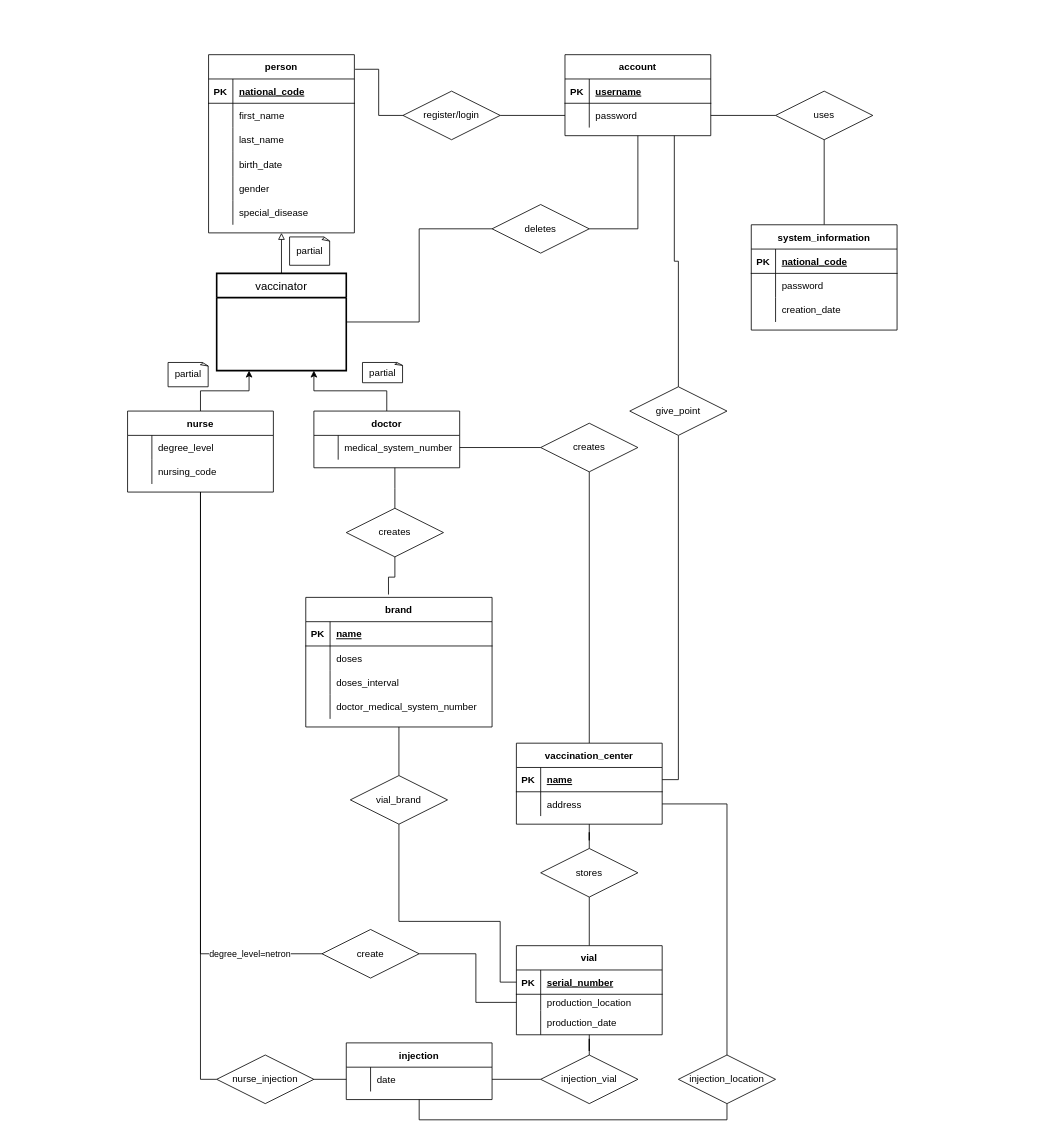
Above: project.drawio in ali-moradzade/db-vaccination-center (draw.io), before the change. Source tidied: cells renumbered, new cells numbered last; positions are measured from the earlier drawing's top-left corner, leaving out a move shared by most shapes. Both pictures are drawn from the tidied source at 81%, with x=0, y=0 at pixel (127, 54).
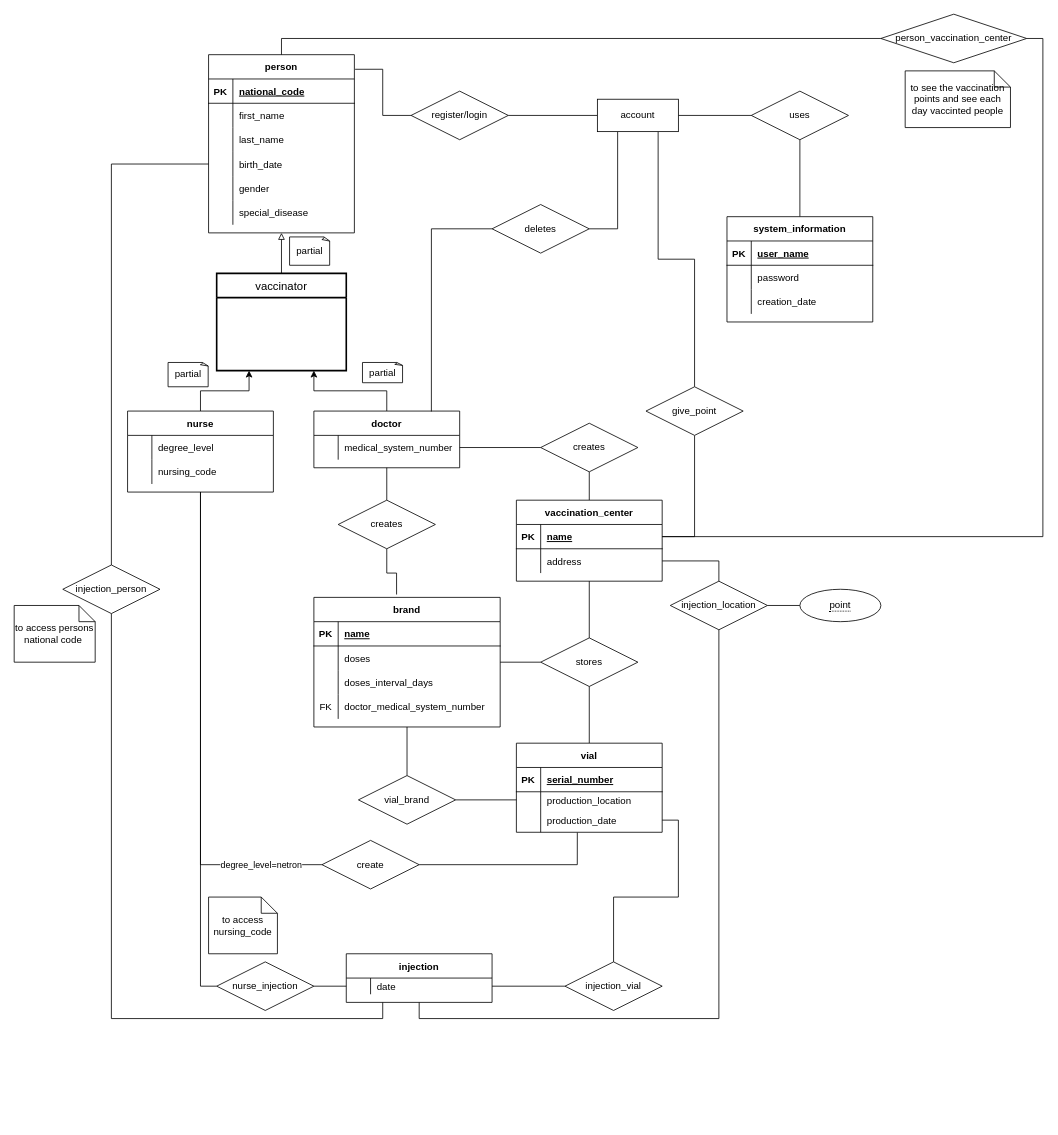
The same diagram, later.

Commit message:
adding more details to diagrams and more relations

The change refers to these unchanged cells:
```xml
<mxCell id="2" value="person" style="shape=table;startSize=30;childLayout=tableLayout;rowLines=0;fontStyle=1;align=center;" parent="1" vertex="1">
  <mxGeometry x="100" width="180" height="220" as="geometry" />
</mxCell>
<mxCell id="12" style="shape=partialRectangle;fillColor=none;top=0;left=0;bottom=0;right=0;points=[[0,0.5],[1,0.5]];portConstraint=eastwest;" parent="2" vertex="1">
  <mxGeometry y="120" width="180" height="30" as="geometry" />
</mxCell>
<mxCell id="23" value="vaccinator" style="swimlane;horizontal=1;startSize=30;rounded=0;fontSize=14;fontStyle=0;strokeWidth=2;shadow=0;dashed=0;align=center;" parent="1" vertex="1">
  <mxGeometry x="110" y="270" width="160" height="120" as="geometry" />
</mxCell>
<mxCell id="34" value="doctor" style="shape=table;startSize=30;childLayout=tableLayout;rowLines=0;fontStyle=1;align=center;" parent="1" vertex="1">
  <mxGeometry x="230" y="440" width="180" height="70" as="geometry" />
</mxCell>
<mxCell id="50" style="shape=tableRow;horizontal=0;startSize=0;swimlaneHead=0;swimlaneBody=0;fillColor=none;top=0;left=0;right=0;bottom=0;" parent="43" vertex="1">
  <mxGeometry y="90" width="230" height="30" as="geometry" />
</mxCell>
<mxCell id="53" style="shape=tableRow;horizontal=0;startSize=0;swimlaneHead=0;swimlaneBody=0;fillColor=none;top=0;left=0;right=0;bottom=0;" parent="43" vertex="1">
  <mxGeometry y="120" width="230" height="30" as="geometry" />
</mxCell>
<mxCell id="62" style="shape=tableRow;horizontal=0;startSize=0;swimlaneHead=0;swimlaneBody=0;fillColor=none;points=[[0,0.5],[1,0.5]];portConstraint=eastwest;top=0;left=0;right=0;bottom=1;" parent="61" vertex="1">
  <mxGeometry y="30" width="180" height="30" as="geometry" />
</mxCell>
<mxCell id="72" style="shape=tableRow;horizontal=0;startSize=0;swimlaneHead=0;swimlaneBody=0;fillColor=none;top=0;left=0;right=0;bottom=1;" parent="71" vertex="1">
  <mxGeometry y="30" width="180" height="30" as="geometry" />
</mxCell>
<mxCell id="90" value="deletes" style="shape=rhombus;perimeter=rhombusPerimeter;whiteSpace=wrap;html=1;align=center;" parent="1" vertex="1">
  <mxGeometry x="450" y="185" width="120" height="60" as="geometry" />
</mxCell>
<mxCell id="96" style="shape=partialRectangle;fillColor=none;top=0;left=0;bottom=1;right=0;points=[[0,0.5],[1,0.5]];portConstraint=eastwest;" parent="95" vertex="1">
  <mxGeometry y="30" width="180" height="30" as="geometry" />
</mxCell>
<mxCell id="99" style="shape=partialRectangle;fillColor=none;top=0;left=0;bottom=0;right=0;points=[[0,0.5],[1,0.5]];portConstraint=eastwest;" parent="95" vertex="1">
  <mxGeometry y="60" width="180" height="20" as="geometry" />
</mxCell>
<mxCell id="102" style="shape=partialRectangle;fillColor=none;top=0;left=0;bottom=0;right=0;points=[[0,0.5],[1,0.5]];portConstraint=eastwest;" parent="95" vertex="1">
  <mxGeometry y="80" width="180" height="30" as="geometry" />
</mxCell>
```

Change to the diagram source:
```diff
@@
-    <mxCell id="22" style="edgeStyle=orthogonalEdgeStyle;rounded=0;jettySize=auto;html=1;entryX=0;entryY=0.5;entryDx=0;entryDy=0;endArrow=none;endFill=0;" parent="1" edge="1" source="23" target="90">
-      <mxGeometry relative="1" as="geometry" />
-    </mxCell>
@@
+    <mxCell id="127" style="edgeStyle=orthogonalEdgeStyle;rounded=0;jettySize=auto;html=1;exitX=1;exitY=0.5;exitDx=0;exitDy=0;entryX=0;entryY=0.5;entryDx=0;entryDy=0;endArrow=none;endFill=0;" parent="1" edge="1" source="42" target="82">
+      <mxGeometry relative="1" as="geometry" />
+    </mxCell>
     <mxCell id="42" value="register/login" style="shape=rhombus;perimeter=rhombusPerimeter;whiteSpace=wrap;html=1;align=center;" parent="1" vertex="1">
-      <mxGeometry x="340" y="45" width="120" height="60" as="geometry" />
+      <mxGeometry x="350" y="45" width="120" height="60" as="geometry" />
     </mxCell>
+    <mxCell id="128" style="edgeStyle=orthogonalEdgeStyle;rounded=0;jettySize=auto;html=1;endArrow=none;endFill=0;" parent="1" edge="1" source="43" target="91">
+      <mxGeometry relative="1" as="geometry" />
+    </mxCell>
     <mxCell id="43" value="brand" style="shape=table;startSize=30;childLayout=tableLayout;rowLines=0;fontStyle=1;align=center;" parent="1" vertex="1">
-      <mxGeometry x="220" y="670" width="230" height="160" as="geometry" />
+      <mxGeometry x="230" y="670" width="230" height="160" as="geometry" />
     </mxCell>
@@
-    <mxCell id="52" value="doses_interval" style="shape=partialRectangle;fillColor=none;top=0;left=0;bottom=0;right=0;align=left;spacingLeft=6;overflow=hidden;" parent="50" vertex="1">
+    <mxCell id="52" value="doses_interval_days" style="shape=partialRectangle;fillColor=none;top=0;left=0;bottom=0;right=0;align=left;spacingLeft=6;overflow=hidden;" parent="50" vertex="1">
       <mxGeometry x="30" width="200" height="30" as="geometry" />
     </mxCell>
@@
-    <mxCell id="54" style="shape=partialRectangle;fillColor=none;top=0;left=0;bottom=0;right=0;overflow=hidden;" parent="53" vertex="1">
+    <mxCell id="54" value="FK" style="shape=partialRectangle;fillColor=none;top=0;left=0;bottom=0;right=0;overflow=hidden;" parent="53" vertex="1">
       <mxGeometry width="30" height="30" as="geometry" />
     </mxCell>
@@
-    <mxCell id="57" style="edgeStyle=orthogonalEdgeStyle;rounded=0;jettySize=auto;html=1;exitX=0.5;exitY=0;exitDx=0;exitDy=0;endArrow=none;endFill=0;" parent="1" edge="1" source="58">
-      <mxGeometry relative="1" as="geometry">
-        <mxPoint x="330" y="510" as="targetPoint" />
-      </mxGeometry>
-    </mxCell>
+    <mxCell id="129" style="edgeStyle=orthogonalEdgeStyle;rounded=0;jettySize=auto;html=1;exitX=0.5;exitY=0;exitDx=0;exitDy=0;entryX=0.5;entryY=1;entryDx=0;entryDy=0;endArrow=none;endFill=0;" parent="1" edge="1" source="58" target="34">
+      <mxGeometry relative="1" as="geometry" />
+    </mxCell>
     <mxCell id="58" value="creates" style="shape=rhombus;perimeter=rhombusPerimeter;whiteSpace=wrap;html=1;align=center;" parent="1" vertex="1">
-      <mxGeometry x="270" y="560" width="120" height="60" as="geometry" />
+      <mxGeometry x="260" y="550" width="120" height="60" as="geometry" />
     </mxCell>
@@
     <mxCell id="61" value="vaccination_center" style="shape=table;startSize=30;childLayout=tableLayout;rowLines=0;fontStyle=1;align=center;" parent="1" vertex="1">
-      <mxGeometry x="480" y="850" width="180" height="100" as="geometry" />
+      <mxGeometry x="480" y="550" width="180" height="100" as="geometry" />
     </mxCell>
@@
     <mxCell id="71" value="system_information" style="shape=table;startSize=30;childLayout=tableLayout;rowLines=0;fontStyle=1;align=center;" parent="1" vertex="1">
-      <mxGeometry x="770" y="210" width="180" height="130" as="geometry" />
+      <mxGeometry x="740" y="200" width="180" height="130" as="geometry" />
     </mxCell>
@@
-    <mxCell id="74" value="national_code" style="shape=partialRectangle;fillColor=none;top=0;left=0;bottom=0;right=0;align=left;spacingLeft=6;fontStyle=5;overflow=hidden;" parent="72" vertex="1">
+    <mxCell id="74" value="user_name" style="shape=partialRectangle;fillColor=none;top=0;left=0;bottom=0;right=0;align=left;spacingLeft=6;fontStyle=5;overflow=hidden;" parent="72" vertex="1">
       <mxGeometry x="30" width="150" height="30" as="geometry" />
     </mxCell>
@@
-    <mxCell id="81" style="edgeStyle=orthogonalEdgeStyle;rounded=0;jettySize=auto;html=1;exitX=0.5;exitY=1;exitDx=0;exitDy=0;entryX=1;entryY=0.5;entryDx=0;entryDy=0;endArrow=none;endFill=0;" parent="1" edge="1" source="82" target="90">
-      <mxGeometry relative="1" as="geometry" />
-    </mxCell>
-    <mxCell id="82" value="account" style="shape=table;startSize=30;childLayout=tableLayout;rowLines=0;fontStyle=1;align=center;" parent="1" vertex="1">
-      <mxGeometry x="540" width="180" height="100" as="geometry" />
-    </mxCell>
-    <mxCell id="83" style="shape=tableRow;horizontal=0;startSize=0;swimlaneHead=0;swimlaneBody=0;fillColor=none;top=0;left=0;right=0;bottom=1;" parent="82" vertex="1">
-      <mxGeometry y="30" width="180" height="30" as="geometry" />
-    </mxCell>
-    <mxCell id="84" value="PK" style="shape=partialRectangle;fillColor=none;top=0;left=0;bottom=0;right=0;fontStyle=1;overflow=hidden;" parent="83" vertex="1">
-      <mxGeometry width="30" height="30" as="geometry" />
-    </mxCell>
-    <mxCell id="85" value="username" style="shape=partialRectangle;fillColor=none;top=0;left=0;bottom=0;right=0;align=left;spacingLeft=6;fontStyle=5;overflow=hidden;" parent="83" vertex="1">
-      <mxGeometry x="30" width="150" height="30" as="geometry" />
-    </mxCell>
-    <mxCell id="86" style="shape=tableRow;horizontal=0;startSize=0;swimlaneHead=0;swimlaneBody=0;fillColor=none;points=[[0,0.5],[1,0.5]];portConstraint=eastwest;top=0;left=0;right=0;bottom=0;" parent="82" vertex="1">
-      <mxGeometry y="60" width="180" height="30" as="geometry" />
-    </mxCell>
-    <mxCell id="87" style="shape=partialRectangle;fillColor=none;top=0;left=0;bottom=0;right=0;overflow=hidden;" parent="86" vertex="1">
-      <mxGeometry width="30" height="30" as="geometry" />
-    </mxCell>
-    <mxCell id="88" value="password" style="shape=partialRectangle;fillColor=none;top=0;left=0;bottom=0;right=0;align=left;spacingLeft=6;overflow=hidden;" parent="86" vertex="1">
-      <mxGeometry x="30" width="150" height="30" as="geometry" />
-    </mxCell>
-    <mxCell id="89" style="edgeStyle=orthogonalEdgeStyle;rounded=0;jettySize=auto;html=1;exitX=0;exitY=0.5;exitDx=0;exitDy=0;entryX=1;entryY=0.5;entryDx=0;entryDy=0;endArrow=none;endFill=0;" parent="1" edge="1" source="86" target="42">
-      <mxGeometry relative="1" as="geometry" />
-    </mxCell>
+    <mxCell id="130" style="edgeStyle=orthogonalEdgeStyle;rounded=0;jettySize=auto;html=1;exitX=0;exitY=0.5;exitDx=0;exitDy=0;entryX=0.806;entryY=0.007;entryDx=0;entryDy=0;entryPerimeter=0;endArrow=none;endFill=0;" parent="1" edge="1" source="90" target="34">
+      <mxGeometry relative="1" as="geometry" />
+    </mxCell>
@@
     <mxCell id="91" value="stores" style="shape=rhombus;perimeter=rhombusPerimeter;whiteSpace=wrap;html=1;align=center;" parent="1" vertex="1">
-      <mxGeometry x="510" y="980" width="120" height="60" as="geometry" />
+      <mxGeometry x="510" y="720" width="120" height="60" as="geometry" />
     </mxCell>
     <mxCell id="92" value="uses" style="shape=rhombus;perimeter=rhombusPerimeter;whiteSpace=wrap;html=1;align=center;" parent="1" vertex="1">
-      <mxGeometry x="800" y="45" width="120" height="60" as="geometry" />
+      <mxGeometry x="770" y="45" width="120" height="60" as="geometry" />
     </mxCell>
-    <mxCell id="93" style="edgeStyle=orthogonalEdgeStyle;rounded=0;jettySize=auto;html=1;exitX=1;exitY=0.5;exitDx=0;exitDy=0;entryX=0;entryY=0.5;entryDx=0;entryDy=0;endArrow=none;endFill=0;" parent="1" edge="1" source="86" target="92">
+    <mxCell id="93" style="edgeStyle=orthogonalEdgeStyle;rounded=0;jettySize=auto;html=1;exitX=1;exitY=0.5;exitDx=0;exitDy=0;entryX=0;entryY=0.5;entryDx=0;entryDy=0;endArrow=none;endFill=0;" parent="1" edge="1" source="82" target="92">
       <mxGeometry relative="1" as="geometry" />
     </mxCell>
@@
     <mxCell id="95" value="vial" style="shape=table;startSize=30;childLayout=tableLayout;rowLines=0;fontStyle=1;align=center;" parent="1" vertex="1">
-      <mxGeometry x="480" y="1100" width="180" height="110" as="geometry" />
+      <mxGeometry x="480" y="850" width="180" height="110" as="geometry" />
     </mxCell>
@@
     <mxCell id="105" value="nurse_injection" style="shape=rhombus;perimeter=rhombusPerimeter;whiteSpace=wrap;html=1;align=center;" parent="1" vertex="1">
-      <mxGeometry x="110" y="1235" width="120" height="60" as="geometry" />
+      <mxGeometry x="110" y="1120" width="120" height="60" as="geometry" />
     </mxCell>
@@
+    <mxCell id="131" style="edgeStyle=orthogonalEdgeStyle;rounded=0;jettySize=auto;html=1;exitX=1;exitY=0.5;exitDx=0;exitDy=0;entryX=0.418;entryY=1.012;entryDx=0;entryDy=0;entryPerimeter=0;endArrow=none;endFill=0;" parent="1" edge="1" source="108" target="102">
+      <mxGeometry relative="1" as="geometry" />
+    </mxCell>
     <mxCell id="108" value="create" style="shape=rhombus;perimeter=rhombusPerimeter;whiteSpace=wrap;html=1;align=center;" parent="1" vertex="1">
-      <mxGeometry x="240" y="1080" width="120" height="60" as="geometry" />
+      <mxGeometry x="240" y="970" width="120" height="60" as="geometry" />
     </mxCell>
-    <mxCell id="109" style="edgeStyle=orthogonalEdgeStyle;rounded=0;jettySize=auto;html=1;exitX=0;exitY=0.5;exitDx=0;exitDy=0;entryX=1;entryY=0.5;entryDx=0;entryDy=0;endArrow=none;endFill=0;" parent="1" edge="1" source="99" target="108">
-      <mxGeometry relative="1" as="geometry">
-        <Array as="points">
-          <mxPoint x="430" y="1170" />
-          <mxPoint x="430" y="1110" />
-        </Array>
-      </mxGeometry>
-    </mxCell>
@@
+    <mxCell id="132" style="edgeStyle=orthogonalEdgeStyle;rounded=0;jettySize=auto;html=1;exitX=1;exitY=0.5;exitDx=0;exitDy=0;entryX=0;entryY=0.5;entryDx=0;entryDy=0;endArrow=none;endFill=0;" parent="1" edge="1" source="111" target="99">
+      <mxGeometry relative="1" as="geometry" />
+    </mxCell>
     <mxCell id="111" value="vial_brand" style="shape=rhombus;perimeter=rhombusPerimeter;whiteSpace=wrap;html=1;align=center;" parent="1" vertex="1">
-      <mxGeometry x="275" y="890" width="120" height="60" as="geometry" />
+      <mxGeometry x="285" y="890" width="120" height="60" as="geometry" />
     </mxCell>
-    <mxCell id="112" style="edgeStyle=orthogonalEdgeStyle;rounded=0;jettySize=auto;html=1;exitX=0;exitY=0.5;exitDx=0;exitDy=0;entryX=0.5;entryY=1;entryDx=0;entryDy=0;endArrow=none;endFill=0;" parent="1" edge="1" source="96" target="111">
-      <mxGeometry relative="1" as="geometry">
-        <Array as="points">
-          <mxPoint x="460" y="1145" />
-          <mxPoint x="460" y="1070" />
-          <mxPoint x="335" y="1070" />
-        </Array>
-      </mxGeometry>
-    </mxCell>
@@
+    <mxCell id="133" style="edgeStyle=orthogonalEdgeStyle;rounded=0;jettySize=auto;html=1;exitX=0.25;exitY=1;exitDx=0;exitDy=0;entryX=0.5;entryY=1;entryDx=0;entryDy=0;endArrow=none;endFill=0;" parent="1" edge="1" source="114" target="137">
+      <mxGeometry relative="1" as="geometry" />
+    </mxCell>
     <mxCell id="114" value="injection" style="shape=table;startSize=30;childLayout=tableLayout;rowLines=0;fontStyle=1;align=center;" parent="1" vertex="1">
-      <mxGeometry x="270" y="1220" width="180" height="70" as="geometry" />
+      <mxGeometry x="270" y="1110" width="180" height="60" as="geometry" />
     </mxCell>
     <mxCell id="115" style="shape=tableRow;horizontal=0;startSize=0;swimlaneHead=0;swimlaneBody=0;fillColor=none;points=[[0,0.5],[1,0.5]];portConstraint=eastwest;top=0;left=0;right=0;bottom=0;" parent="114" vertex="1">
-      <mxGeometry y="30" width="180" height="30" as="geometry" />
+      <mxGeometry y="30" width="180" height="20" as="geometry" />
     </mxCell>
     <mxCell id="116" style="shape=partialRectangle;fillColor=none;top=0;left=0;bottom=0;right=0;overflow=hidden;" parent="115" vertex="1">
-      <mxGeometry width="30" height="30" as="geometry" />
+      <mxGeometry width="30" height="20" as="geometry" />
     </mxCell>
     <mxCell id="117" value="date" style="shape=partialRectangle;fillColor=none;top=0;left=0;bottom=0;right=0;align=left;spacingLeft=6;overflow=hidden;" parent="115" vertex="1">
-      <mxGeometry x="30" width="150" height="30" as="geometry" />
+      <mxGeometry x="30" width="150" height="20" as="geometry" />
     </mxCell>
@@
-    <mxCell id="119" style="edgeStyle=orthogonalEdgeStyle;rounded=0;jettySize=auto;html=1;exitX=0.5;exitY=0;exitDx=0;exitDy=0;endArrow=none;endFill=0;" parent="1" edge="1" source="120" target="95">
-      <mxGeometry relative="1" as="geometry" />
-    </mxCell>
+    <mxCell id="134" style="edgeStyle=orthogonalEdgeStyle;rounded=0;jettySize=auto;html=1;exitX=0.5;exitY=0;exitDx=0;exitDy=0;endArrow=none;endFill=0;" parent="1" edge="1" source="120" target="102">
+      <mxGeometry relative="1" as="geometry" />
+    </mxCell>
     <mxCell id="120" value="injection_vial" style="shape=rhombus;perimeter=rhombusPerimeter;whiteSpace=wrap;html=1;align=center;" parent="1" vertex="1">
-      <mxGeometry x="510" y="1235" width="120" height="60" as="geometry" />
+      <mxGeometry x="540" y="1120" width="120" height="60" as="geometry" />
     </mxCell>
@@
     <mxCell id="122" value="injection_location" style="shape=rhombus;perimeter=rhombusPerimeter;whiteSpace=wrap;html=1;align=center;" parent="1" vertex="1">
-      <mxGeometry x="680" y="1235" width="120" height="60" as="geometry" />
+      <mxGeometry x="670" y="650" width="120" height="60" as="geometry" />
     </mxCell>
@@
     <mxCell id="126" value="give_point" style="shape=rhombus;perimeter=rhombusPerimeter;whiteSpace=wrap;html=1;align=center;" parent="1" vertex="1">
-      <mxGeometry x="620" y="410" width="120" height="60" as="geometry" />
+      <mxGeometry x="640" y="410" width="120" height="60" as="geometry" />
     </mxCell>
+    <mxCell id="135" style="edgeStyle=orthogonalEdgeStyle;rounded=0;jettySize=auto;html=1;exitX=0;exitY=0.5;exitDx=0;exitDy=0;entryX=1;entryY=0.5;entryDx=0;entryDy=0;endArrow=none;endFill=0;" parent="1" edge="1" source="136" target="122">
+      <mxGeometry relative="1" as="geometry" />
+    </mxCell>
+    <mxCell id="136" value="&lt;span style=&quot;border-bottom: 1px dotted&quot;&gt;point&lt;/span&gt;" style="ellipse;whiteSpace=wrap;html=1;align=center;" parent="1" vertex="1">
+      <mxGeometry x="830" y="660" width="100" height="40" as="geometry" />
+    </mxCell>
+    <mxCell id="81" style="edgeStyle=orthogonalEdgeStyle;rounded=0;jettySize=auto;html=1;exitX=0.25;exitY=1;exitDx=0;exitDy=0;entryX=1;entryY=0.5;entryDx=0;entryDy=0;endArrow=none;endFill=0;" parent="1" edge="1" source="82" target="90">
+      <mxGeometry relative="1" as="geometry" />
+    </mxCell>
+    <mxCell id="82" value="account" style="whiteSpace=wrap;html=1;align=center;" parent="1" vertex="1">
+      <mxGeometry x="580" y="55" width="100" height="40" as="geometry" />
+    </mxCell>
+    <mxCell id="137" value="injection_person" style="shape=rhombus;perimeter=rhombusPerimeter;whiteSpace=wrap;html=1;align=center;" parent="1" vertex="1">
+      <mxGeometry x="-80" y="630" width="120" height="60" as="geometry" />
+    </mxCell>
+    <mxCell id="138" style="edgeStyle=orthogonalEdgeStyle;rounded=0;jettySize=auto;html=1;exitX=0;exitY=0.5;exitDx=0;exitDy=0;entryX=0.5;entryY=0;entryDx=0;entryDy=0;endArrow=none;endFill=0;" parent="1" edge="1" source="12" target="137">
+      <mxGeometry relative="1" as="geometry" />
+    </mxCell>
+    <mxCell id="139" style="edgeStyle=orthogonalEdgeStyle;rounded=0;jettySize=auto;html=1;exitX=0;exitY=0.5;exitDx=0;exitDy=0;entryX=0.5;entryY=0;entryDx=0;entryDy=0;endArrow=none;endFill=0;" parent="1" edge="1" source="141" target="2">
+      <mxGeometry relative="1" as="geometry" />
+    </mxCell>
+    <mxCell id="140" style="edgeStyle=orthogonalEdgeStyle;rounded=0;jettySize=auto;html=1;exitX=1;exitY=0.5;exitDx=0;exitDy=0;entryX=1;entryY=0.5;entryDx=0;entryDy=0;endArrow=none;endFill=0;" parent="1" edge="1" source="141" target="62">
+      <mxGeometry relative="1" as="geometry" />
+    </mxCell>
+    <mxCell id="141" value="person_vaccination_center" style="shape=rhombus;perimeter=rhombusPerimeter;whiteSpace=wrap;html=1;align=center;" parent="1" vertex="1">
+      <mxGeometry x="930" y="-50" width="180" height="60" as="geometry" />
+    </mxCell>
+    <mxCell id="142" value="to see the vaccination points and see each day vaccinted people" style="shape=note;size=20;whiteSpace=wrap;html=1;" parent="1" vertex="1">
+      <mxGeometry x="960" y="20" width="130" height="70" as="geometry" />
+    </mxCell>
+    <mxCell id="143" value="to access persons national code&amp;nbsp;" style="shape=note;size=20;whiteSpace=wrap;html=1;" parent="1" vertex="1">
+      <mxGeometry x="-140" y="680" width="100" height="70" as="geometry" />
+    </mxCell>
+    <mxCell id="144" value="to access nursing_code" style="shape=note;size=20;whiteSpace=wrap;html=1;" parent="1" vertex="1">
+      <mxGeometry x="100" y="1040" width="85" height="70" as="geometry" />
+    </mxCell>
```
